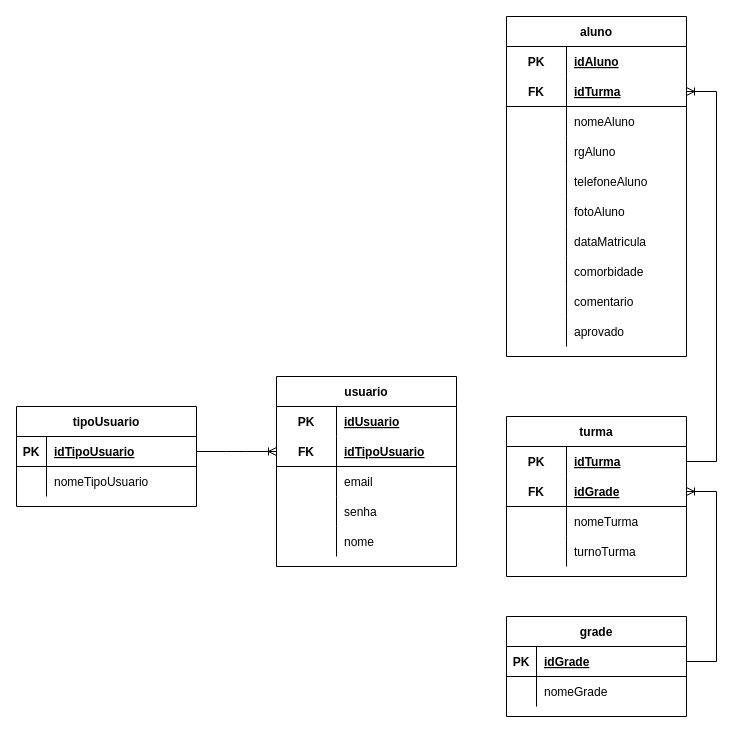
The draw.io diagram page "Carômetro-Lógico" (2 of 2) of Modelagens/Modelagem-Carometro.drawio in GustavoHenriqueFerreira/Car-metro, before the edit. Source tidied: cells renumbered, new cells numbered last; positions are measured from the earlier drawing's top-left corner, leaving out a move shared by most shapes. Both pictures are drawn from the tidied source at 100%, with x=0, y=0 at pixel (16, 16).
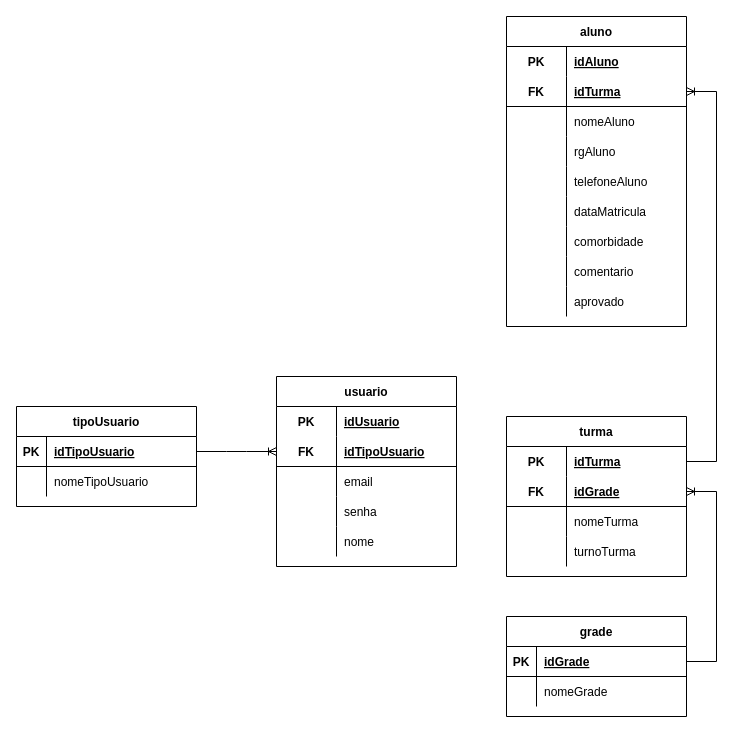
After the change.

Diff of the diagram source:
```diff
@@
     <mxCell id="26" value="aluno" style="shape=table;startSize=30;childLayout=tableLayout;rowLines=0;fontStyle=1;align=center;" parent="1" vertex="1">
-      <mxGeometry x="490" width="180" height="340" as="geometry" />
+      <mxGeometry x="490" width="180" height="310" as="geometry" />
     </mxCell>
@@
-    <mxCell id="42" style="shape=tableRow;horizontal=0;startSize=0;swimlaneHead=0;swimlaneBody=0;fillColor=none;top=0;left=0;right=0;bottom=0;" parent="26" vertex="1">
-      <mxGeometry y="180" width="180" height="30" as="geometry" />
-    </mxCell>
-    <mxCell id="43" style="shape=partialRectangle;fillColor=none;top=0;left=0;bottom=0;right=0;overflow=hidden;" parent="42" vertex="1">
-      <mxGeometry width="60" height="30" as="geometry" />
-    </mxCell>
-    <mxCell id="44" value="fotoAluno" style="shape=partialRectangle;fillColor=none;top=0;left=0;bottom=0;right=0;align=left;spacingLeft=6;overflow=hidden;" parent="42" vertex="1">
-      <mxGeometry x="60" width="120" height="30" as="geometry" />
-    </mxCell>
     <mxCell id="45" style="shape=tableRow;horizontal=0;startSize=0;swimlaneHead=0;swimlaneBody=0;fillColor=none;top=0;left=0;right=0;bottom=0;" parent="26" vertex="1">
-      <mxGeometry y="210" width="180" height="30" as="geometry" />
+      <mxGeometry y="180" width="180" height="30" as="geometry" />
     </mxCell>
@@
     <mxCell id="48" style="shape=tableRow;horizontal=0;startSize=0;swimlaneHead=0;swimlaneBody=0;fillColor=none;top=0;left=0;right=0;bottom=0;" parent="26" vertex="1">
-      <mxGeometry y="240" width="180" height="30" as="geometry" />
+      <mxGeometry y="210" width="180" height="30" as="geometry" />
     </mxCell>
@@
     <mxCell id="51" style="shape=tableRow;horizontal=0;startSize=0;swimlaneHead=0;swimlaneBody=0;fillColor=none;top=0;left=0;right=0;bottom=0;" parent="26" vertex="1">
-      <mxGeometry y="270" width="180" height="30" as="geometry" />
+      <mxGeometry y="240" width="180" height="30" as="geometry" />
     </mxCell>
@@
     <mxCell id="54" style="shape=tableRow;horizontal=0;startSize=0;swimlaneHead=0;swimlaneBody=0;fillColor=none;top=0;left=0;right=0;bottom=0;" parent="26" vertex="1">
-      <mxGeometry y="300" width="180" height="30" as="geometry" />
+      <mxGeometry y="270" width="180" height="30" as="geometry" />
     </mxCell>
```
